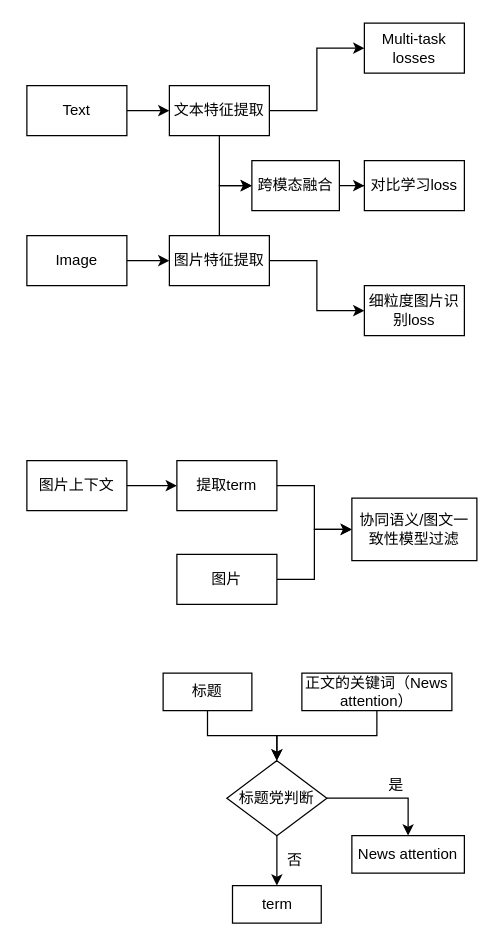
Before: 相关性2.0.drawio in 2018liuyan/one, a draw.io diagram. Source tidied: cells renumbered, new cells numbered last; positions are measured from the earlier drawing's top-left corner, leaving out a move shared by most shapes. Both pictures are drawn from the tidied source at 125%, with x=0, y=0 at pixel (26, 22).
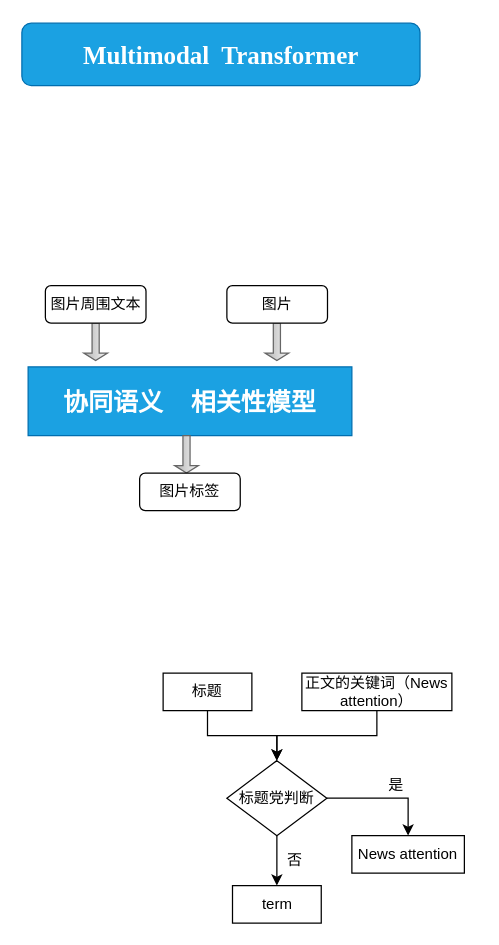
The same page after the edit.

The edit, as a diff of the source:
```diff
@@
-    <mxCell id="2" style="edgeStyle=orthogonalEdgeStyle;rounded=0;jettySize=auto;html=1;entryX=0;entryY=0.5;entryDx=0;entryDy=0;" parent="1" edge="1" source="3" target="8">
-      <mxGeometry relative="1" as="geometry" />
-    </mxCell>
-    <mxCell id="3" value="Text" style="rounded=0;whiteSpace=wrap;html=1;" parent="1" vertex="1">
-      <mxGeometry y="50" width="80" height="40" as="geometry" />
-    </mxCell>
-    <mxCell id="4" style="edgeStyle=orthogonalEdgeStyle;rounded=0;jettySize=auto;html=1;entryX=0;entryY=0.5;entryDx=0;entryDy=0;" parent="1" edge="1" source="5" target="11">
-      <mxGeometry relative="1" as="geometry" />
-    </mxCell>
-    <mxCell id="5" value="Image&lt;br&gt;" style="rounded=0;whiteSpace=wrap;html=1;" parent="1" vertex="1">
-      <mxGeometry y="170" width="80" height="40" as="geometry" />
-    </mxCell>
-    <mxCell id="6" style="edgeStyle=orthogonalEdgeStyle;rounded=0;jettySize=auto;html=1;entryX=0;entryY=0.5;entryDx=0;entryDy=0;" parent="1" edge="1" source="8" target="14">
-      <mxGeometry relative="1" as="geometry" />
-    </mxCell>
-    <mxCell id="7" style="edgeStyle=orthogonalEdgeStyle;rounded=0;jettySize=auto;html=1;entryX=0;entryY=0.5;entryDx=0;entryDy=0;" parent="1" edge="1" source="8" target="13">
-      <mxGeometry relative="1" as="geometry" />
-    </mxCell>
-    <mxCell id="8" value="文本特征提取" style="rounded=0;whiteSpace=wrap;html=1;" parent="1" vertex="1">
-      <mxGeometry x="114" y="50" width="80" height="40" as="geometry" />
-    </mxCell>
-    <mxCell id="9" style="edgeStyle=orthogonalEdgeStyle;rounded=0;jettySize=auto;html=1;" parent="1" edge="1" source="11" target="15">
-      <mxGeometry relative="1" as="geometry" />
-    </mxCell>
-    <mxCell id="10" style="edgeStyle=orthogonalEdgeStyle;rounded=0;jettySize=auto;html=1;entryX=0;entryY=0.5;entryDx=0;entryDy=0;" parent="1" edge="1" source="11" target="13">
-      <mxGeometry relative="1" as="geometry" />
-    </mxCell>
-    <mxCell id="11" value="图片特征提取" style="rounded=0;whiteSpace=wrap;html=1;" parent="1" vertex="1">
-      <mxGeometry x="114" y="170" width="80" height="40" as="geometry" />
-    </mxCell>
-    <mxCell id="12" style="edgeStyle=orthogonalEdgeStyle;rounded=0;jettySize=auto;html=1;" parent="1" edge="1" source="13" target="16">
-      <mxGeometry relative="1" as="geometry" />
-    </mxCell>
-    <mxCell id="13" value="跨模态融合" style="rounded=0;whiteSpace=wrap;html=1;" parent="1" vertex="1">
-      <mxGeometry x="180" y="110" width="70" height="40" as="geometry" />
-    </mxCell>
-    <mxCell id="14" value="Multi-task losses" style="rounded=0;whiteSpace=wrap;html=1;" parent="1" vertex="1">
-      <mxGeometry x="270" width="80" height="40" as="geometry" />
-    </mxCell>
-    <mxCell id="15" value="细粒度图片识别loss" style="rounded=0;whiteSpace=wrap;html=1;" parent="1" vertex="1">
-      <mxGeometry x="270" y="210" width="80" height="40" as="geometry" />
-    </mxCell>
-    <mxCell id="16" value="对比学习loss" style="rounded=0;whiteSpace=wrap;html=1;" parent="1" vertex="1">
-      <mxGeometry x="270" y="110" width="80" height="40" as="geometry" />
-    </mxCell>
-    <mxCell id="17" style="edgeStyle=orthogonalEdgeStyle;rounded=0;jettySize=auto;html=1;entryX=0;entryY=0.5;entryDx=0;entryDy=0;" parent="1" edge="1" source="18" target="20">
-      <mxGeometry relative="1" as="geometry" />
-    </mxCell>
-    <mxCell id="18" value="图片上下文" style="rounded=0;whiteSpace=wrap;html=1;" parent="1" vertex="1">
-      <mxGeometry y="350" width="80" height="40" as="geometry" />
-    </mxCell>
-    <mxCell id="19" style="edgeStyle=orthogonalEdgeStyle;rounded=0;jettySize=auto;html=1;" parent="1" edge="1" source="20" target="23">
-      <mxGeometry relative="1" as="geometry" />
-    </mxCell>
-    <mxCell id="20" value="提取term" style="rounded=0;whiteSpace=wrap;html=1;" parent="1" vertex="1">
-      <mxGeometry x="120" y="350" width="80" height="40" as="geometry" />
-    </mxCell>
-    <mxCell id="21" style="edgeStyle=orthogonalEdgeStyle;rounded=0;jettySize=auto;html=1;entryX=0;entryY=0.5;entryDx=0;entryDy=0;" parent="1" edge="1" source="22" target="23">
-      <mxGeometry relative="1" as="geometry" />
-    </mxCell>
-    <mxCell id="22" value="图片" style="rounded=0;whiteSpace=wrap;html=1;" parent="1" vertex="1">
-      <mxGeometry x="120" y="425" width="80" height="40" as="geometry" />
-    </mxCell>
-    <mxCell id="23" value="协同语义/图文一致性模型过滤" style="rounded=0;whiteSpace=wrap;html=1;" parent="1" vertex="1">
-      <mxGeometry x="260" y="380" width="100" height="50" as="geometry" />
+    <mxCell id="23" value="&lt;font style=&quot;font-size: 20px&quot;&gt;&lt;b&gt;协同语义&amp;nbsp; &amp;nbsp; 相关性模型&lt;/b&gt;&lt;/font&gt;" style="rounded=0;whiteSpace=wrap;html=1;fillColor=#1ba1e2;fontColor=#ffffff;strokeColor=#006EAF;" parent="1" vertex="1">
+      <mxGeometry x="1" y="275" width="259" height="55" as="geometry" />
     </mxCell>
@@
+    <mxCell id="35" style="shape=singleArrow;direction=south;whiteSpace=wrap;html=1;fillColor=#f5f5f5;gradientColor=#b3b3b3;strokeColor=#666666;" parent="1" vertex="1">
+      <mxGeometry x="45.5" y="240" width="19" height="30" as="geometry" />
+    </mxCell>
+    <mxCell id="36" style="shape=singleArrow;direction=south;whiteSpace=wrap;html=1;fillColor=#f5f5f5;gradientColor=#b3b3b3;strokeColor=#666666;" parent="1" vertex="1">
+      <mxGeometry x="190.5" y="240" width="19" height="30" as="geometry" />
+    </mxCell>
+    <mxCell id="37" style="shape=singleArrow;direction=south;whiteSpace=wrap;html=1;fillColor=#f5f5f5;gradientColor=#b3b3b3;strokeColor=#666666;" parent="1" vertex="1">
+      <mxGeometry x="118.2" y="330" width="19" height="30" as="geometry" />
+    </mxCell>
+    <mxCell id="38" value="图片周围文本" style="rounded=1;whiteSpace=wrap;html=1;fontFamily=Lucida Console;" parent="1" vertex="1">
+      <mxGeometry x="14.8" y="210" width="80.5" height="30" as="geometry" />
+    </mxCell>
+    <mxCell id="22" value="图片" style="rounded=1;whiteSpace=wrap;html=1;fontFamily=Lucida Console;" parent="1" vertex="1">
+      <mxGeometry x="160" y="210" width="80.5" height="30" as="geometry" />
+    </mxCell>
+    <mxCell id="39" value="图片标签" style="rounded=1;whiteSpace=wrap;html=1;fontFamily=Lucida Console;" parent="1" vertex="1">
+      <mxGeometry x="90.2" y="360" width="80.5" height="30" as="geometry" />
+    </mxCell>
+    <mxCell id="40" value="&lt;h3&gt;&lt;font face=&quot;Times New Roman&quot; color=&quot;#ffffff&quot; style=&quot;font-size: 20px&quot;&gt;Multimodal&amp;nbsp; Transformer&lt;/font&gt;&lt;/h3&gt;" style="rounded=1;whiteSpace=wrap;html=1;fontFamily=Lucida Console;fillColor=#1ba1e2;fontColor=#ffffff;strokeColor=#006EAF;" parent="1" vertex="1">
+      <mxGeometry x="-4" width="318.5" height="50" as="geometry" />
+    </mxCell>
```
